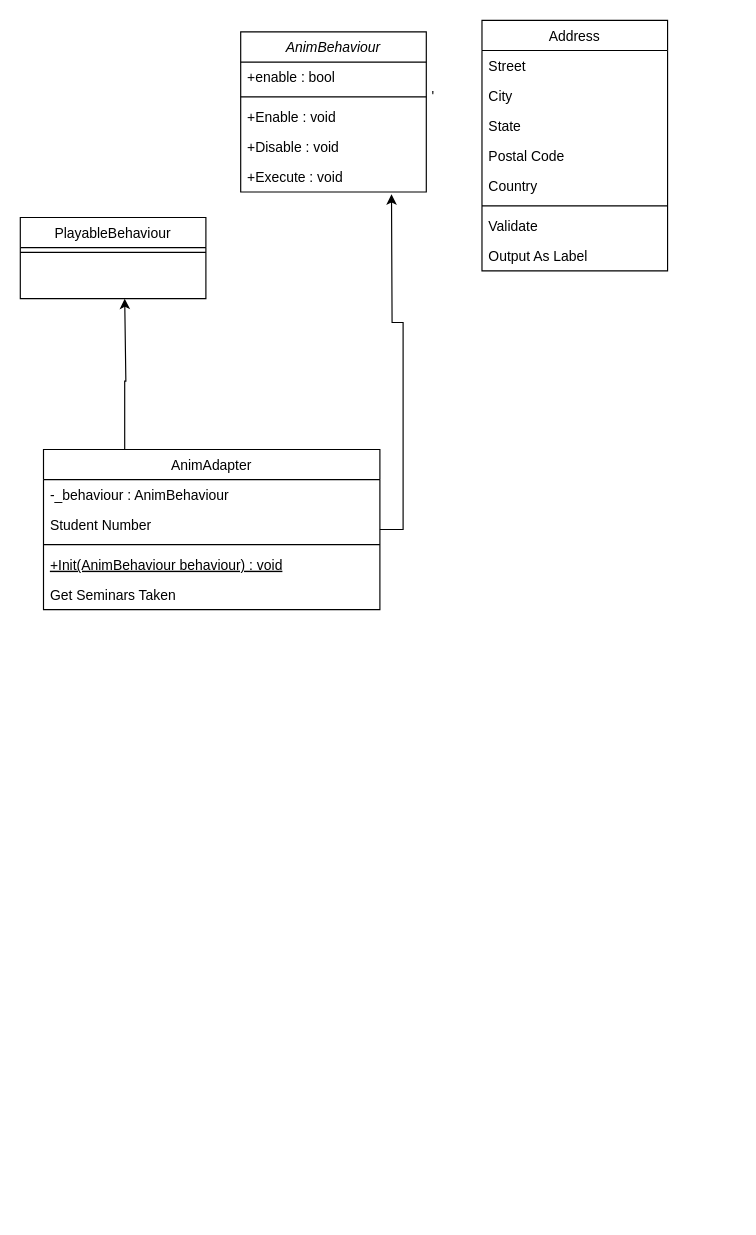
QAQSly/QAQSly keeps this draw.io diagram as animation.drawio. Above is the earlier version. Source tidied: cells renumbered, new cells numbered last; positions are measured from the earlier drawing's top-left corner, leaving out a move shared by most shapes. Both pictures are drawn from the tidied source at 116%, with x=0, y=0 at pixel (20, 20).
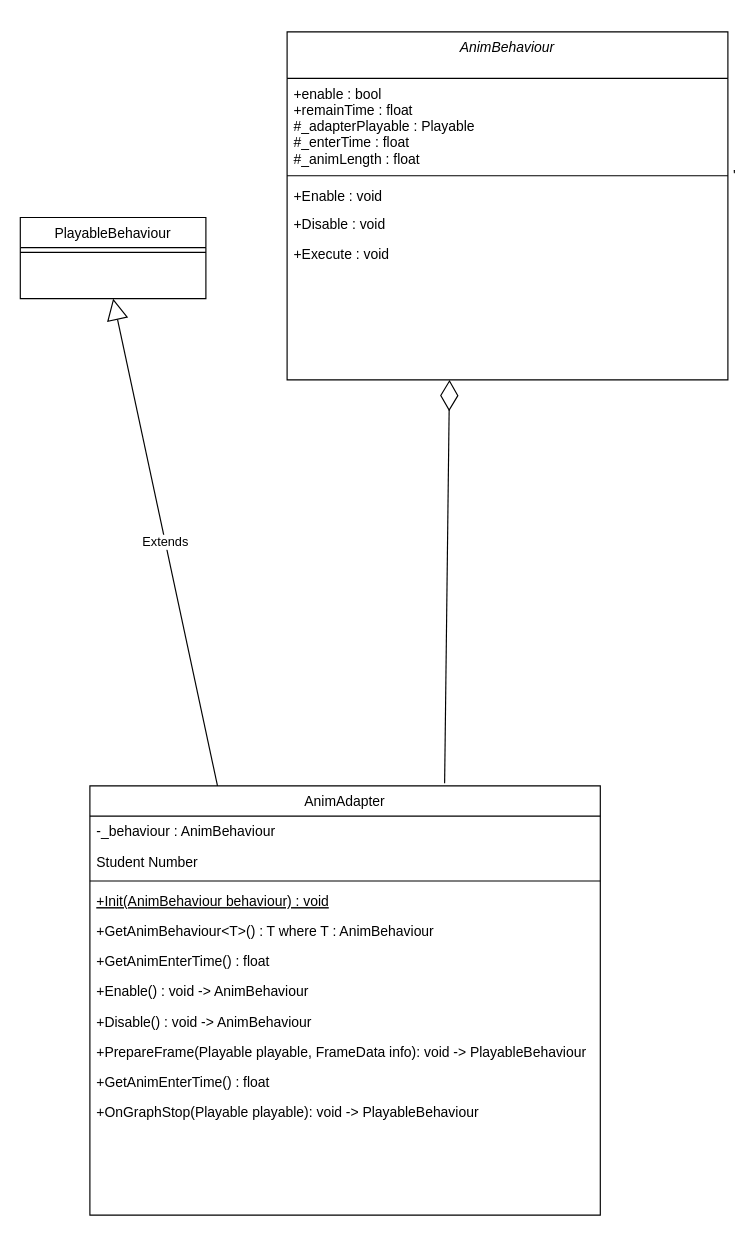
The same diagram, later.

The change refers to these unchanged cells:
```xml
<mxCell id="16" value="PlayableBehaviour" style="swimlane;fontStyle=0;align=center;verticalAlign=top;horizontal=1;startSize=26;rounded=0;shadow=0;strokeWidth=1;" parent="1" vertex="1">
  <mxGeometry y="170" width="160" height="70" as="geometry" />
</mxCell>
```

What changed in the source:
```diff
@@
-    <mxCell id="2" value="AnimBehaviour" style="swimlane;fontStyle=2;align=center;verticalAlign=top;horizontal=1;startSize=26;rounded=0;shadow=0;strokeWidth=1;" parent="1" vertex="1">
-      <mxGeometry x="190" y="10" width="160" height="138" as="geometry" />
+    <mxCell id="2" value="AnimBehaviour" style="swimlane;fontStyle=2;align=center;verticalAlign=top;horizontal=1;startSize=40;rounded=0;shadow=0;strokeWidth=1;" parent="1" vertex="1">
+      <mxGeometry x="230" y="10" width="380" height="300" as="geometry" />
     </mxCell>
-    <mxCell id="3" value="+enable : bool" style="text;align=left;verticalAlign=top;spacingLeft=4;spacingRight=4;overflow=hidden;rounded=0;shadow=0;html=0;" parent="2" vertex="1">
-      <mxGeometry y="26" width="160" height="26" as="geometry" />
-    </mxCell>
+    <mxCell id="27" value="+enable : bool&#10;+remainTime : float&#10;#_adapterPlayable : Playable&#10;#_enterTime : float&#10;#_animLength : float" style="text;align=left;verticalAlign=top;spacingLeft=4;spacingRight=4;overflow=hidden;" parent="2" vertex="1">
+      <mxGeometry y="40" width="380" height="80" as="geometry" />
+    </mxCell>
     <mxCell id="4" value="'" style="line;html=1;strokeWidth=1;align=left;verticalAlign=middle;spacingTop=-1;spacingLeft=3;spacingRight=3;labelPosition=right;" parent="2" vertex="1">
-      <mxGeometry y="52" width="160" height="8" as="geometry" />
+      <mxGeometry y="120" width="380" height="8" as="geometry" />
     </mxCell>
     <mxCell id="5" value="+Enable : void&#10;" style="text;align=left;verticalAlign=top;spacingLeft=4;spacingRight=4;overflow=hidden;" parent="2" vertex="1">
-      <mxGeometry y="60" width="160" height="26" as="geometry" />
+      <mxGeometry y="128" width="380" height="24" as="geometry" />
     </mxCell>
     <mxCell id="6" value="+Disable : void" style="text;align=left;verticalAlign=top;spacingLeft=4;spacingRight=4;overflow=hidden;" parent="2" vertex="1">
-      <mxGeometry y="86" width="160" height="26" as="geometry" />
+      <mxGeometry y="152" width="380" height="26" as="geometry" />
     </mxCell>
     <mxCell id="7" value="+Execute : void" style="text;align=left;verticalAlign=top;spacingLeft=4;spacingRight=4;overflow=hidden;" parent="2" vertex="1">
-      <mxGeometry y="112" width="160" height="26" as="geometry" />
+      <mxGeometry y="178" width="380" height="26" as="geometry" />
     </mxCell>
-    <mxCell id="8" style="edgeStyle=orthogonalEdgeStyle;rounded=0;jettySize=auto;html=1;" parent="1" edge="1" source="10">
-      <mxGeometry relative="1" as="geometry">
-        <mxPoint x="90" y="240" as="targetPoint" />
-        <Array as="points">
-          <mxPoint x="90" y="311" />
-          <mxPoint x="91" y="311" />
-        </Array>
-      </mxGeometry>
-    </mxCell>
-    <mxCell id="9" style="edgeStyle=orthogonalEdgeStyle;rounded=0;jettySize=auto;html=1;" parent="1" edge="1" source="10">
-      <mxGeometry relative="1" as="geometry">
-        <mxPoint x="320" y="150" as="targetPoint" />
-      </mxGeometry>
-    </mxCell>
     <mxCell id="10" value="AnimAdapter" style="swimlane;fontStyle=0;align=center;verticalAlign=top;horizontal=1;startSize=26;rounded=0;shadow=0;strokeWidth=1;" parent="1" vertex="1">
-      <mxGeometry x="20" y="370" width="290" height="138" as="geometry" />
+      <mxGeometry x="60" y="660" width="440" height="370" as="geometry" />
     </mxCell>
     <mxCell id="11" value="-_behaviour : AnimBehaviour" style="text;align=left;verticalAlign=top;spacingLeft=4;spacingRight=4;overflow=hidden;rounded=0;shadow=0;html=0;" parent="10" vertex="1">
-      <mxGeometry y="26" width="290" height="26" as="geometry" />
+      <mxGeometry y="26" width="440" height="26" as="geometry" />
     </mxCell>
     <mxCell id="12" value="Student Number" style="text;align=left;verticalAlign=top;spacingLeft=4;spacingRight=4;overflow=hidden;" parent="10" vertex="1">
-      <mxGeometry y="52" width="290" height="26" as="geometry" />
+      <mxGeometry y="52" width="440" height="26" as="geometry" />
     </mxCell>
     <mxCell id="13" style="line;html=1;strokeWidth=1;align=left;verticalAlign=middle;spacingTop=-1;spacingLeft=3;spacingRight=3;labelPosition=right;" parent="10" vertex="1">
-      <mxGeometry y="78" width="290" height="8" as="geometry" />
+      <mxGeometry y="78" width="440" height="8" as="geometry" />
     </mxCell>
     <mxCell id="14" value="+Init(AnimBehaviour behaviour) : void" style="text;align=left;verticalAlign=top;spacingLeft=4;spacingRight=4;overflow=hidden;fontStyle=4;" parent="10" vertex="1">
-      <mxGeometry y="86" width="290" height="26" as="geometry" />
+      <mxGeometry y="86" width="440" height="26" as="geometry" />
     </mxCell>
-    <mxCell id="15" value="Get Seminars Taken" style="text;align=left;verticalAlign=top;spacingLeft=4;spacingRight=4;overflow=hidden;" parent="10" vertex="1">
-      <mxGeometry y="112" width="290" height="26" as="geometry" />
+    <mxCell id="15" value="+GetAnimBehaviour&lt;T&gt;() : T where T : AnimBehaviour" style="text;align=left;verticalAlign=top;spacingLeft=4;spacingRight=4;overflow=hidden;" parent="10" vertex="1">
+      <mxGeometry y="112" width="440" height="26" as="geometry" />
     </mxCell>
+    <mxCell id="28" value="+GetAnimEnterTime() : float" style="text;align=left;verticalAlign=top;spacingLeft=4;spacingRight=4;overflow=hidden;" parent="10" vertex="1">
+      <mxGeometry y="138" width="440" height="26" as="geometry" />
+    </mxCell>
+    <mxCell id="29" value="+Enable() : void -&gt; AnimBehaviour" style="text;align=left;verticalAlign=top;spacingLeft=4;spacingRight=4;overflow=hidden;" parent="10" vertex="1">
+      <mxGeometry y="164" width="440" height="26" as="geometry" />
+    </mxCell>
+    <mxCell id="30" value="+Disable() : void -&gt; AnimBehaviour" style="text;align=left;verticalAlign=top;spacingLeft=4;spacingRight=4;overflow=hidden;" parent="10" vertex="1">
+      <mxGeometry y="190" width="440" height="26" as="geometry" />
+    </mxCell>
+    <mxCell id="31" value="+PrepareFrame(Playable playable, FrameData info): void -&gt; PlayableBehaviour" style="text;align=left;verticalAlign=top;spacingLeft=4;spacingRight=4;overflow=hidden;" parent="10" vertex="1">
+      <mxGeometry y="216" width="440" height="26" as="geometry" />
+    </mxCell>
+    <mxCell id="32" value="+GetAnimEnterTime() : float" style="text;align=left;verticalAlign=top;spacingLeft=4;spacingRight=4;overflow=hidden;" parent="10" vertex="1">
+      <mxGeometry y="242" width="440" height="26" as="geometry" />
+    </mxCell>
+    <mxCell id="33" value="+OnGraphStop(Playable playable): void -&gt; PlayableBehaviour" style="text;align=left;verticalAlign=top;spacingLeft=4;spacingRight=4;overflow=hidden;" parent="10" vertex="1">
+      <mxGeometry y="268" width="440" height="26" as="geometry" />
+    </mxCell>
@@
-    <mxCell id="18" value="Address" style="swimlane;fontStyle=0;align=center;verticalAlign=top;horizontal=1;startSize=26;rounded=0;shadow=0;strokeWidth=1;" parent="1" vertex="1">
-      <mxGeometry x="398" width="160" height="216" as="geometry" />
-    </mxCell>
-    <mxCell id="19" value="Street" style="text;align=left;verticalAlign=top;spacingLeft=4;spacingRight=4;overflow=hidden;" parent="18" vertex="1">
-      <mxGeometry y="26" width="160" height="26" as="geometry" />
-    </mxCell>
-    <mxCell id="20" value="City" style="text;align=left;verticalAlign=top;spacingLeft=4;spacingRight=4;overflow=hidden;rounded=0;shadow=0;html=0;" parent="18" vertex="1">
-      <mxGeometry y="52" width="160" height="26" as="geometry" />
-    </mxCell>
-    <mxCell id="21" value="State" style="text;align=left;verticalAlign=top;spacingLeft=4;spacingRight=4;overflow=hidden;rounded=0;shadow=0;html=0;" parent="18" vertex="1">
-      <mxGeometry y="78" width="160" height="26" as="geometry" />
-    </mxCell>
-    <mxCell id="22" value="Postal Code" style="text;align=left;verticalAlign=top;spacingLeft=4;spacingRight=4;overflow=hidden;rounded=0;shadow=0;html=0;" parent="18" vertex="1">
-      <mxGeometry y="104" width="160" height="26" as="geometry" />
-    </mxCell>
-    <mxCell id="23" value="Country" style="text;align=left;verticalAlign=top;spacingLeft=4;spacingRight=4;overflow=hidden;rounded=0;shadow=0;html=0;" parent="18" vertex="1">
-      <mxGeometry y="130" width="160" height="26" as="geometry" />
-    </mxCell>
-    <mxCell id="24" style="line;html=1;strokeWidth=1;align=left;verticalAlign=middle;spacingTop=-1;spacingLeft=3;spacingRight=3;labelPosition=right;" parent="18" vertex="1">
-      <mxGeometry y="156" width="160" height="8" as="geometry" />
-    </mxCell>
-    <mxCell id="25" value="Validate" style="text;align=left;verticalAlign=top;spacingLeft=4;spacingRight=4;overflow=hidden;" parent="18" vertex="1">
-      <mxGeometry y="164" width="160" height="26" as="geometry" />
-    </mxCell>
-    <mxCell id="26" value="Output As Label" style="text;align=left;verticalAlign=top;spacingLeft=4;spacingRight=4;overflow=hidden;" parent="18" vertex="1">
-      <mxGeometry y="190" width="160" height="26" as="geometry" />
-    </mxCell>
+    <mxCell id="34" value="Extends" style="endArrow=block;endSize=16;endFill=0;html=1;rounded=0;entryX=0.5;entryY=1;entryDx=0;entryDy=0;exitX=0.25;exitY=0;exitDx=0;exitDy=0;" parent="1" edge="1" source="10" target="16">
+      <mxGeometry relative="1" as="geometry" />
+    </mxCell>
+    <mxCell id="35" style="endArrow=diamondThin;endFill=0;endSize=24;html=1;rounded=0;exitX=0.695;exitY=-0.006;exitDx=0;exitDy=0;exitPerimeter=0;" parent="1" edge="1" source="10">
+      <mxGeometry relative="1" as="geometry">
+        <mxPoint x="370" y="310" as="targetPoint" />
+      </mxGeometry>
+    </mxCell>
```
